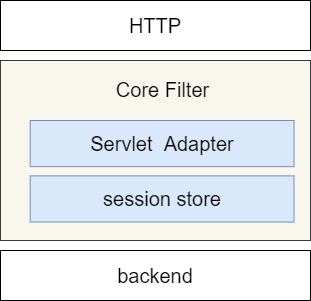
This is document/core.png from xcocean/final-session, a draw.io export, as it was before one commit. Source tidied: cells renumbered, new cells last; positions are measured from the earlier drawing's top-left corner, leaving out a move shared by most shapes. Source of this version:
```xml
<mxGraphModel>
  <root>
    <mxCell id="0" />
    <mxCell id="1" parent="0" />
    <mxCell id="2" style="group;" parent="1" vertex="1">
      <mxGeometry y="60" width="310" height="180" as="geometry" />
    </mxCell>
    <mxCell id="3" style="rounded=0;whiteSpace=wrap;html=1;fontSize=20;fillColor=#f9f7ed;strokeColor=#36393d;" parent="2" vertex="1">
      <mxGeometry width="310" height="180" as="geometry" />
    </mxCell>
    <mxCell id="4" value="Core Filter" style="text;html=1;align=center;verticalAlign=middle;strokeColor=none;fillColor=none;fontSize=20;" parent="2" vertex="1">
      <mxGeometry x="107.2" y="13.8" width="110" height="30" as="geometry" />
    </mxCell>
    <mxCell id="5" value="Servlet&amp;nbsp; Adapter" style="rounded=0;whiteSpace=wrap;html=1;fontSize=20;fillColor=#dae8fc;strokeColor=#6c8ebf;" parent="2" vertex="1">
      <mxGeometry x="29.7" y="60" width="263.8" height="46.2" as="geometry" />
    </mxCell>
    <mxCell id="6" value="session store" style="rounded=0;whiteSpace=wrap;html=1;fontSize=20;fillColor=#dae8fc;strokeColor=#6c8ebf;" parent="2" vertex="1">
      <mxGeometry x="29.7" y="115.4" width="263.8" height="46.2" as="geometry" />
    </mxCell>
    <mxCell id="7" value="HTTP" style="rounded=0;whiteSpace=wrap;html=1;fontSize=20;" parent="1" vertex="1">
      <mxGeometry width="310" height="50" as="geometry" />
    </mxCell>
    <mxCell id="8" value="backend" style="rounded=0;whiteSpace=wrap;html=1;fontSize=20;" parent="1" vertex="1">
      <mxGeometry y="250" width="310" height="50" as="geometry" />
    </mxCell>
  </root>
</mxGraphModel>
```
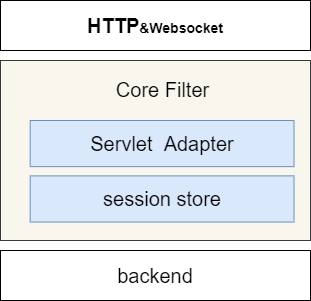
The same diagram one commit later.

Diff of the diagram source:
```diff
@@ -17,7 +17,7 @@
     <mxCell id="6" value="session store" style="rounded=0;whiteSpace=wrap;html=1;fontSize=20;fillColor=#dae8fc;strokeColor=#6c8ebf;" parent="2" vertex="1">
       <mxGeometry x="29.7" y="115.4" width="263.8" height="46.2" as="geometry" />
     </mxCell>
-    <mxCell id="7" value="HTTP" style="rounded=0;whiteSpace=wrap;html=1;fontSize=20;" parent="1" vertex="1">
+    <mxCell id="7" value="HTTP&lt;font style=&quot;font-size: 14px&quot;&gt;&amp;amp;Websocket&lt;/font&gt;" style="rounded=0;whiteSpace=wrap;html=1;fontSize=20;fontStyle=1;" parent="1" vertex="1">
       <mxGeometry width="310" height="50" as="geometry" />
     </mxCell>
     <mxCell id="8" value="backend" style="rounded=0;whiteSpace=wrap;html=1;fontSize=20;" parent="1" vertex="1">
```
